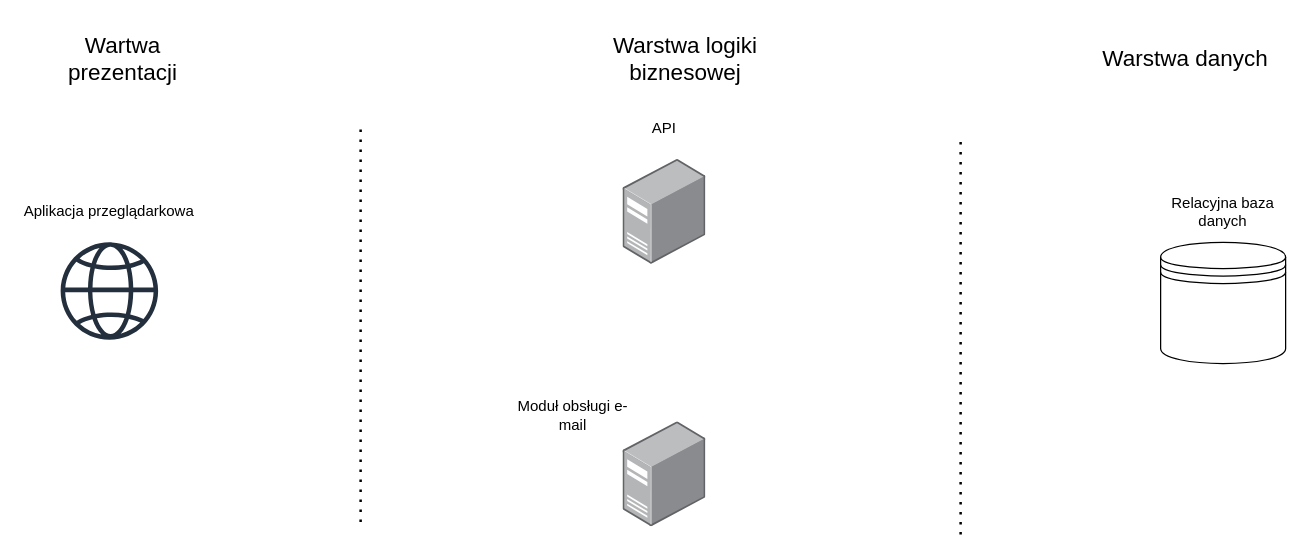
This is diagram architektury.drawio from krzysztofkluczynski/WUT-thesis-classlog-app, a draw.io file, before an edit. Source tidied: cells renumbered, new cells numbered last; positions are measured from the earlier drawing's top-left corner, leaving out a move shared by most shapes. Both pictures are drawn from the tidied source at 125%, with x=0, y=0 at pixel (21, 21).
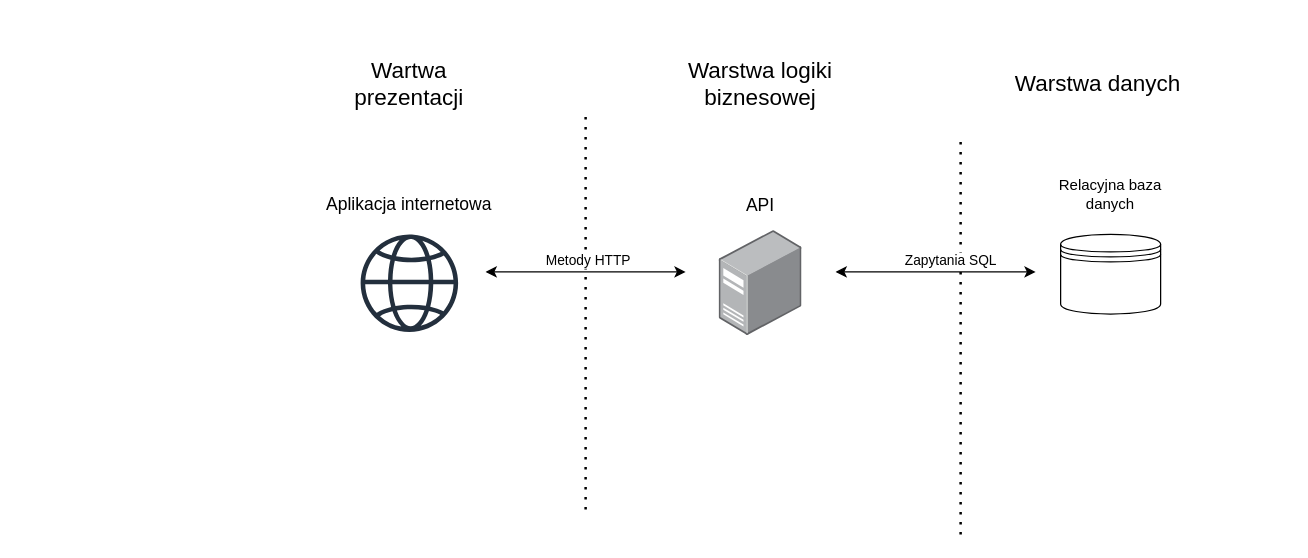
After the change.

Diff of the diagram source:
```diff
@@
     <mxCell id="2" style="endArrow=none;dashed=1;html=1;dashPattern=1 3;strokeWidth=2;rounded=0;" parent="1" edge="1">
       <mxGeometry relative="1" as="geometry">
-        <mxPoint x="271" y="400" as="sourcePoint" />
-        <mxPoint x="271" y="80" as="targetPoint" />
+        <mxPoint x="451" y="390" as="sourcePoint" />
+        <mxPoint x="451" y="70" as="targetPoint" />
       </mxGeometry>
     </mxCell>
@@
     <mxCell id="4" value="&lt;font style=&quot;font-size: 18px;&quot;&gt;Wartwa prezentacji&lt;/font&gt;" style="text;html=1;align=center;verticalAlign=middle;whiteSpace=wrap;rounded=0;" parent="1" vertex="1">
-      <mxGeometry x="11" width="140" height="60" as="geometry" />
+      <mxGeometry x="240" y="20" width="140" height="60" as="geometry" />
     </mxCell>
     <mxCell id="5" value="&lt;font style=&quot;font-size: 18px;&quot;&gt;Warstwa logiki biznesowej&lt;/font&gt;" style="text;html=1;align=center;verticalAlign=middle;whiteSpace=wrap;rounded=0;" parent="1" vertex="1">
-      <mxGeometry x="461" width="140" height="60" as="geometry" />
+      <mxGeometry x="521" y="20" width="140" height="60" as="geometry" />
     </mxCell>
     <mxCell id="6" value="&lt;font style=&quot;font-size: 18px;&quot;&gt;Warstwa danych&lt;/font&gt;" style="text;html=1;align=center;verticalAlign=middle;whiteSpace=wrap;rounded=0;" parent="1" vertex="1">
-      <mxGeometry x="861" width="140" height="60" as="geometry" />
+      <mxGeometry x="791" y="20" width="140" height="60" as="geometry" />
     </mxCell>
     <mxCell id="7" style="image;html=1;align=center;shadow=0;dashed=0;image=img/lib/allied_telesis/computer_and_terminals/Server_Desktop.svg;" parent="1" vertex="1">
-      <mxGeometry x="481" y="110" width="66.3" height="84" as="geometry" />
+      <mxGeometry x="557.9" y="167" width="66.3" height="84" as="geometry" />
     </mxCell>
     <mxCell id="8" style="shape=datastore;whiteSpace=wrap;html=1;" parent="1" vertex="1">
-      <mxGeometry x="911" y="176.3" width="100" height="97" as="geometry" />
+      <mxGeometry x="831" y="170" width="80" height="63.7" as="geometry" />
     </mxCell>
     <mxCell id="9" style="sketch=0;fontColor=#232F3E;gradientColor=none;fillColor=#232F3D;strokeColor=none;dashed=0;verticalLabelPosition=bottom;verticalAlign=top;align=center;html=1;fontSize=12;fontStyle=0;shape=mxgraph.aws4.globe;" parent="1" vertex="1">
-      <mxGeometry x="31" y="176.3" width="78" height="78" as="geometry" />
+      <mxGeometry x="271" y="170" width="78" height="78" as="geometry" />
     </mxCell>
-    <mxCell id="10" style="image;html=1;align=center;shadow=0;dashed=0;image=img/lib/allied_telesis/computer_and_terminals/Server_Desktop.svg;" parent="1" vertex="1">
-      <mxGeometry x="481" y="320" width="66.3" height="84" as="geometry" />
-    </mxCell>
-    <mxCell id="11" value="&lt;font style=&quot;font-size: 12px;&quot;&gt;Aplikacja przeglądarkowa&lt;/font&gt;" style="text;html=1;align=center;verticalAlign=middle;whiteSpace=wrap;rounded=0;" parent="1" vertex="1">
-      <mxGeometry y="122" width="140" height="60" as="geometry" />
+    <mxCell id="11" value="&lt;font style=&quot;font-size: 14px;&quot;&gt;Aplikacja internetowa&lt;/font&gt;" style="text;html=1;align=center;verticalAlign=middle;whiteSpace=wrap;rounded=0;" parent="1" vertex="1">
+      <mxGeometry x="240" y="123.2" width="140" height="46.5" as="geometry" />
     </mxCell>
-    <mxCell id="12" value="API" style="text;html=1;align=center;verticalAlign=middle;whiteSpace=wrap;rounded=0;" parent="1" vertex="1">
-      <mxGeometry x="464.1" y="70" width="100" height="30" as="geometry" />
+    <mxCell id="12" value="&lt;font style=&quot;font-size: 14px;&quot;&gt;API&lt;/font&gt;" style="text;html=1;align=center;verticalAlign=middle;whiteSpace=wrap;rounded=0;" parent="1" vertex="1">
+      <mxGeometry x="541" y="132" width="100" height="30" as="geometry" />
     </mxCell>
-    <mxCell id="13" value="&lt;font style=&quot;font-size: 12px;&quot;&gt;Moduł obsługi e-mail&lt;/font&gt;" style="text;html=1;align=center;verticalAlign=middle;whiteSpace=wrap;rounded=0;" parent="1" vertex="1">
-      <mxGeometry x="391" y="300" width="100" height="30" as="geometry" />
-    </mxCell>
     <mxCell id="14" value="&lt;font style=&quot;font-size: 12px;&quot;&gt;Relacyjna baza danych&lt;/font&gt;" style="text;html=1;align=center;verticalAlign=middle;whiteSpace=wrap;rounded=0;" parent="1" vertex="1">
-      <mxGeometry x="911" y="137" width="100" height="30" as="geometry" />
+      <mxGeometry x="821" y="123.2" width="100" height="30" as="geometry" />
     </mxCell>
+    <mxCell id="15" style="endArrow=classic;startArrow=classic;html=1;rounded=0;" parent="1" edge="1">
+      <mxGeometry relative="1" as="geometry">
+        <mxPoint x="371" y="200" as="sourcePoint" />
+        <mxPoint x="531" y="200" as="targetPoint" />
+      </mxGeometry>
+    </mxCell>
+    <mxCell id="16" value="Metody HTTP" style="edgeLabel;html=1;align=center;verticalAlign=middle;" parent="15" vertex="1">
+      <mxGeometry x="-0.49" y="3" relative="1" as="geometry">
+        <mxPoint x="40" y="-7" as="offset" />
+      </mxGeometry>
+    </mxCell>
+    <mxCell id="17" style="endArrow=classic;startArrow=classic;html=1;rounded=0;" parent="1" edge="1">
+      <mxGeometry relative="1" as="geometry">
+        <mxPoint x="651" y="200" as="sourcePoint" />
+        <mxPoint x="811" y="200" as="targetPoint" />
+      </mxGeometry>
+    </mxCell>
+    <mxCell id="18" value="Zapytania SQL" style="edgeLabel;html=1;align=center;verticalAlign=middle;" parent="17" vertex="1">
+      <mxGeometry x="0.13" relative="1" as="geometry">
+        <mxPoint x="1" y="-10" as="offset" />
+      </mxGeometry>
+    </mxCell>
```
